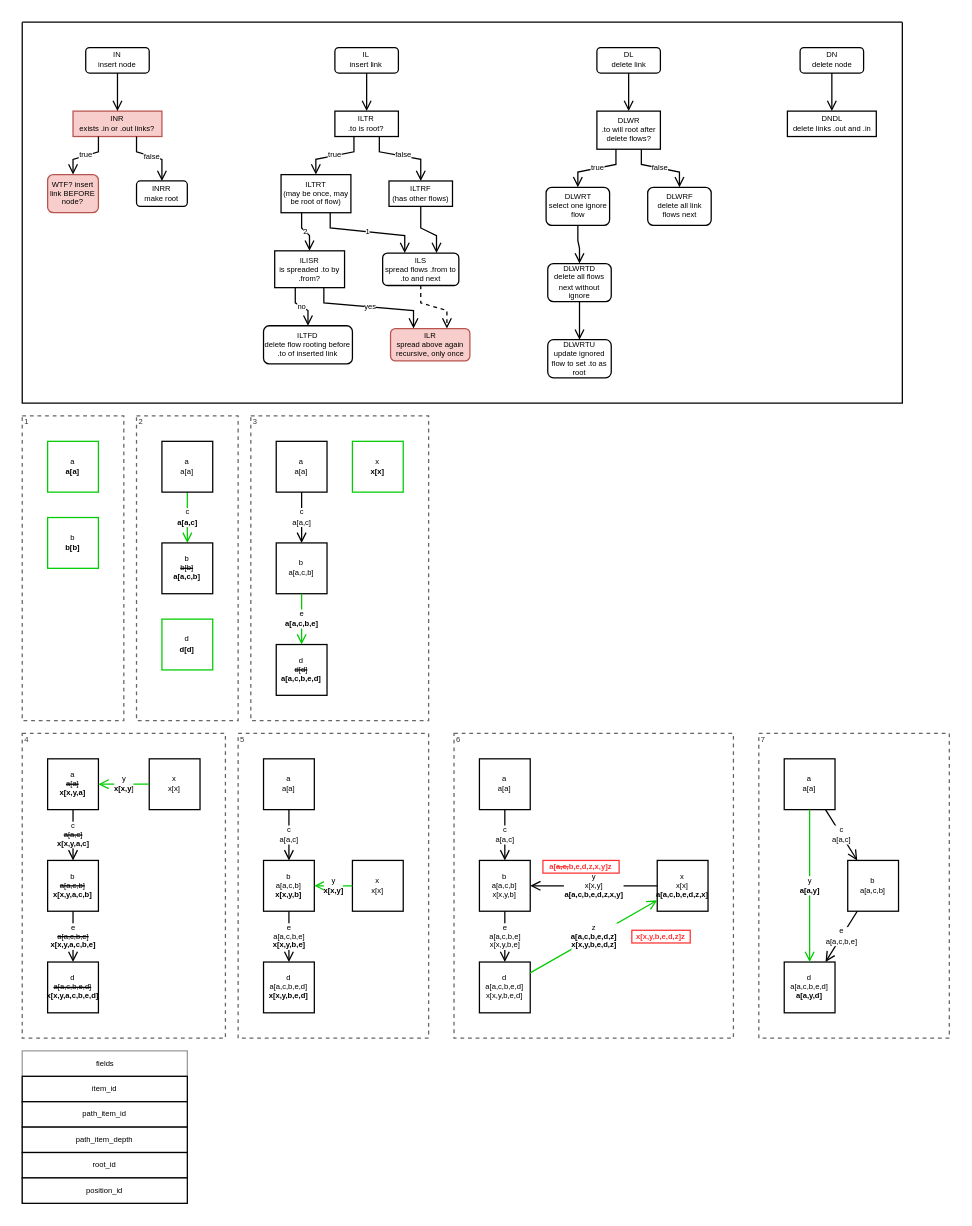
Above: page "v0" (1 of 2) of main.drawio in deep-foundation/materialized-path (draw.io), before the change. Source tidied: cells renumbered, new cells numbered last; positions are measured from the earlier drawing's top-left corner, leaving out a move shared by most shapes. Both pictures are drawn from the tidied source at 127%, with x=0, y=0 at pixel (22, 22).
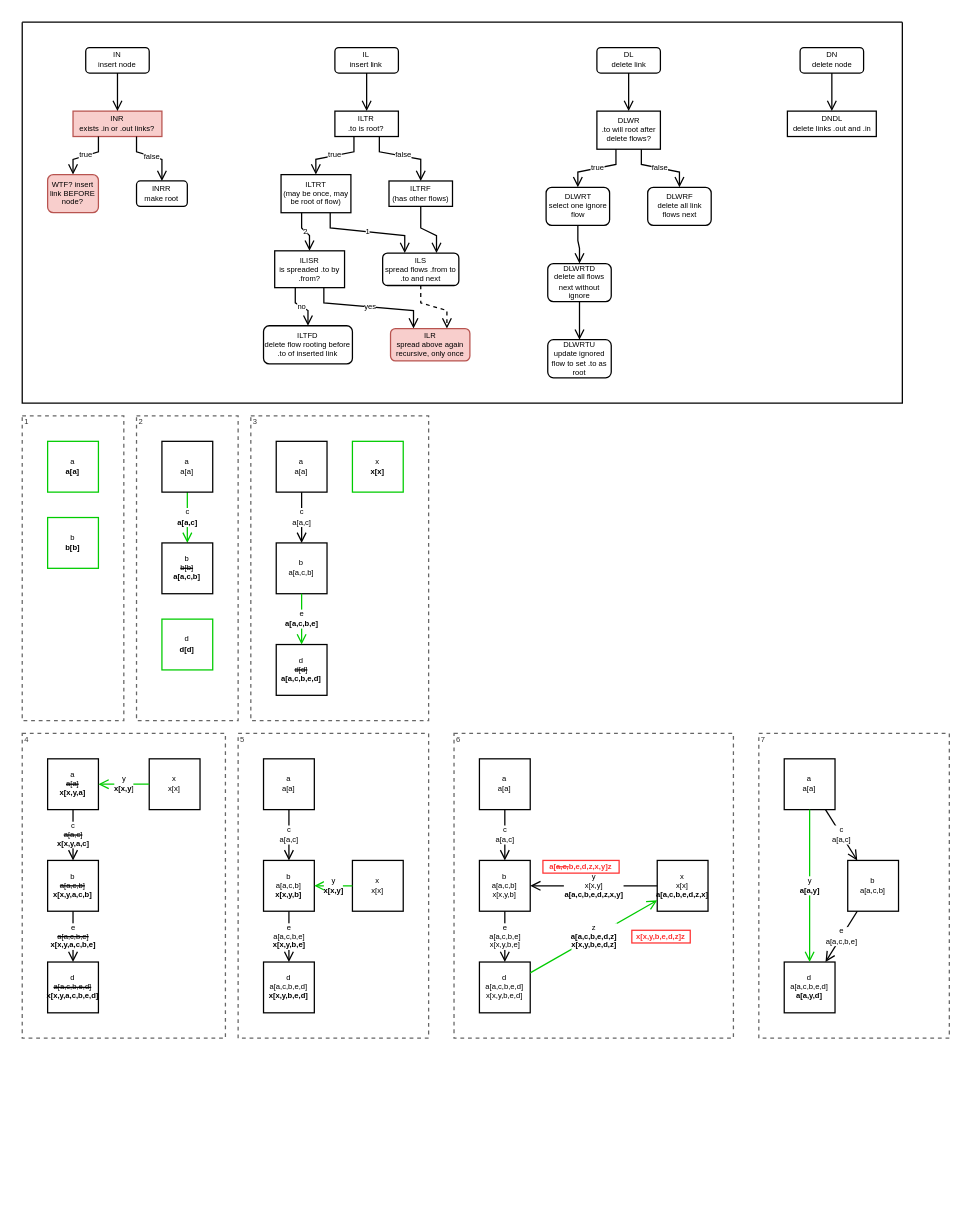
The same diagram, later.

Commit message:
https://github.com/deepcase/materialized-path/issues/4

The edit, as a diff of the source:
```diff
@@
-    <mxCell id="90" value="fields" style="swimlane;fontStyle=0;horizontal=1;startSize=20;fontSize=6;opacity=40;align=center;html=1;" parent="1" vertex="1">
-      <mxGeometry y="810" width="130" height="120" as="geometry" />
-    </mxCell>
-    <mxCell id="91" value="item_id" style="rounded=0;whiteSpace=wrap;html=1;fontSize=6;direction=south;" parent="90" vertex="1">
-      <mxGeometry y="20" width="130" height="20" as="geometry" />
-    </mxCell>
-    <mxCell id="92" value="path_item_id" style="rounded=0;whiteSpace=wrap;html=1;fontSize=6;direction=south;" parent="90" vertex="1">
-      <mxGeometry y="40" width="130" height="20" as="geometry" />
-    </mxCell>
-    <mxCell id="93" value="path_item_depth" style="rounded=0;whiteSpace=wrap;html=1;fontSize=6;direction=south;" parent="90" vertex="1">
-      <mxGeometry y="60" width="130" height="20" as="geometry" />
-    </mxCell>
-    <mxCell id="94" value="root_id&lt;br style=&quot;font-size: 6px;&quot;&gt;" style="rounded=0;whiteSpace=wrap;html=1;fontSize=6;direction=south;" parent="90" vertex="1">
-      <mxGeometry y="80" width="130" height="20" as="geometry" />
-    </mxCell>
-    <mxCell id="95" value="position_id" style="rounded=0;whiteSpace=wrap;html=1;fontSize=6;direction=south;" parent="90" vertex="1">
-      <mxGeometry y="100" width="130" height="20" as="geometry" />
-    </mxCell>
```
